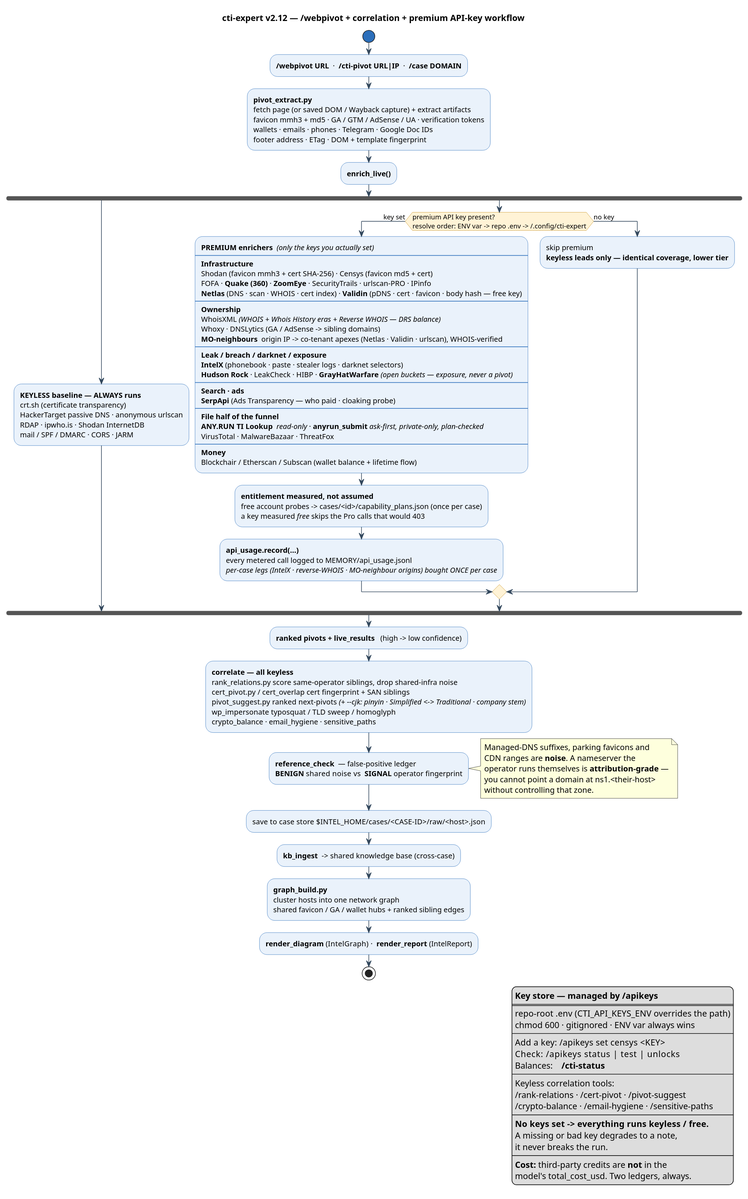
The PlantUML diagram assets/workflow-apikeys.svg in 7onez/cti-expert, before a commit.
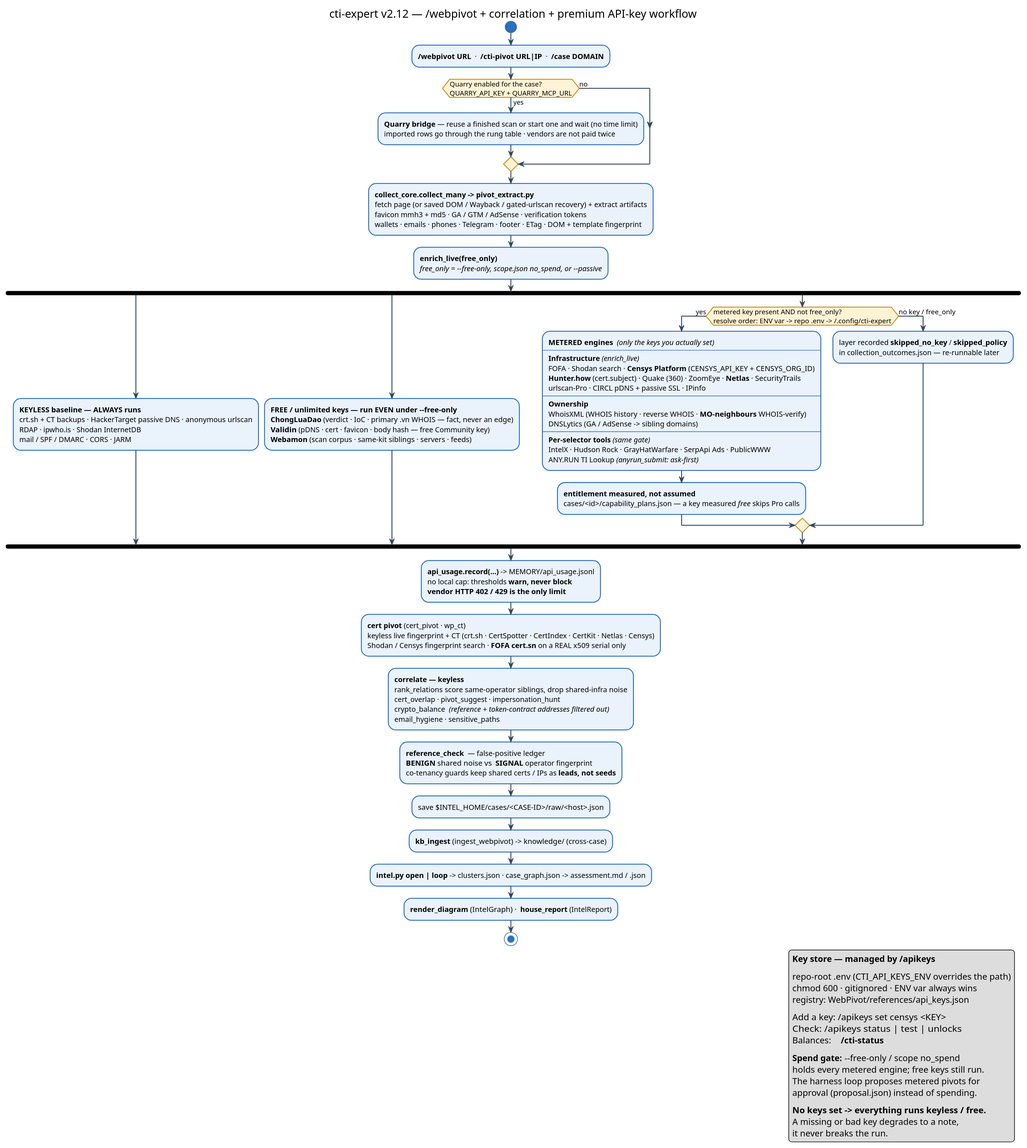
After the change.

Commit message:
docs(readme): sync all README languages with the current repo; drop Demo and docs/

Change to the diagram source:
```diff
@@ -15,67 +15,55 @@
 
 start
 :**/webpivot URL**  ·  **/cti-pivot URL|IP**  ·  **/case DOMAIN**;
-:**pivot_extract.py**\nfetch page (or saved DOM / Wayback capture) + extract artifacts\nfavicon mmh3 + md5 · GA / GTM / AdSense / UA · verification tokens\nwallets · emails · phones · Telegram · Google Doc IDs\nfooter address · ETag · DOM + template fingerprint;
-:**enrich_live()**;
+if (Quarry enabled for the case?\nQUARRY_API_KEY + QUARRY_MCP_URL) then (yes)
+  :**Quarry bridge** — reuse a finished scan or start one and wait (no time limit)\nimported rows go through the rung table · vendors are not paid twice;
+else (no)
+endif
+:**collect_core.collect_many -> pivot_extract.py**\nfetch page (or saved DOM / Wayback / gated-urlscan recovery) + extract artifacts\nfavicon mmh3 + md5 · GA / GTM / AdSense · verification tokens\nwallets · emails · phones · Telegram · footer · ETag · DOM + template fingerprint;
+:**enrich_live(free_only)**\n//free_only = ~--free-only, scope.json no_spend, or ~--passive//;
 
 fork
-  :**KEYLESS baseline — ALWAYS runs**\ncrt.sh (certificate transparency)\nHackerTarget passive DNS · anonymous urlscan\nRDAP · ipwho.is · Shodan InternetDB\nmail / SPF / DMARC · CORS · JARM;
+  :**KEYLESS baseline — ALWAYS runs**\ncrt.sh + CT backups · HackerTarget passive DNS · anonymous urlscan\nRDAP · ipwho.is · Shodan InternetDB\nmail / SPF / DMARC · CORS · JARM;
 fork again
-  if (premium API key present?\nresolve order: ENV var -> repo .env -> ~/.config/cti-expert) then (key set)
-    :**PREMIUM enrichers**  //(only the keys you actually set)//
+  :**FREE / unlimited keys — run EVEN under ~--free-only**\n**ChongLuaDao** (verdict · IoC · primary .vn WHOIS — fact, never an edge)\n**Validin** (pDNS · cert · favicon · body hash — free Community key)\n**Webamon** (scan corpus · same-kit siblings · servers · feeds);
+fork again
+  if (metered key present AND not free_only?\nresolve order: ENV var -> repo .env -> ~/.config/cti-expert) then (yes)
+    :**METERED engines**  //(only the keys you actually set)//
     ----
-    **Infrastructure**
-    Shodan (favicon mmh3 + cert SHA-256) · Censys (favicon md5 + cert)
-    FOFA · **Quake (360)** · **ZoomEye** · SecurityTrails · urlscan-PRO · IPinfo
-    **Netlas** (DNS · scan · WHOIS · cert index) · **Validin** (pDNS · cert · favicon · body hash — free key)
+    **Infrastructure** //(enrich_live)//
+    FOFA · Shodan search · **Censys Platform** (CENSYS_API_KEY + CENSYS_ORG_ID)
+    **Hunter.how** (cert.subject) · Quake (360) · ZoomEye · **Netlas** · SecurityTrails
+    urlscan-Pro · CIRCL pDNS + passive SSL · IPinfo
     ----
     **Ownership**
-    WhoisXML //(WHOIS + Whois History eras + Reverse WHOIS — DRS balance)//
-    Whoxy · DNSLytics (GA / AdSense -> sibling domains)
-    **MO-neighbours**  origin IP -> co-tenant apexes (Netlas · Validin · urlscan), WHOIS-verified
+    WhoisXML (WHOIS history · reverse WHOIS · **MO-neighbours** WHOIS-verify)
+    DNSLytics (GA / AdSense -> sibling domains)
     ----
-    **Leak / breach / darknet / exposure**
-    **IntelX** (phonebook · paste · stealer logs · darknet selectors)
-    **Hudson Rock** · LeakCheck · HIBP · **GrayHatWarfare** //(open buckets — exposure, never a pivot)//
-    ----
-    **Search · ads**
-    **SerpApi** (Ads Transparency — who paid · cloaking probe)
-    ----
-    **File half of the funnel**
-    **ANY.RUN TI Lookup**  //read-only// · **anyrun_submit** //ask-first, private-only, plan-checked//
-    VirusTotal · MalwareBazaar · ThreatFox
-    ----
-    **Money**
-    Blockchair / Etherscan / Subscan (wallet balance + lifetime flow);
-    :**entitlement measured, not assumed**\nfree account probes -> cases/<id>/capability_plans.json (once per case)\na key measured //free// skips the Pro calls that would 403;
-    :**api_usage.record(...)**\nevery metered call logged to MEMORY/api_usage.jsonl\n//per-case legs (IntelX · reverse-WHOIS · MO-neighbour origins) bought ONCE per case//;
-  else (no key)
-    :skip premium\n**keyless leads only — identical coverage, lower tier**;
+    **Per-selector tools** //(same gate)//
+    IntelX · Hudson Rock · GrayHatWarfare · SerpApi Ads · PublicWWW
+    ANY.RUN TI Lookup //(anyrun_submit: ask-first)//;
+    :**entitlement measured, not assumed**\ncases/<id>/capability_plans.json — a key measured //free// skips Pro calls;
+  else (no key / free_only)
+    :layer recorded **skipped_no_key** / **skipped_policy**\nin collection_outcomes.json — re-runnable later;
   endif
 end fork
 
-:**ranked pivots + live_results**   (high -> low confidence);
+:**api_usage.record(...)** -> MEMORY/api_usage.jsonl\nno local cap: thresholds **warn, never block**\n**vendor HTTP 402 / 429 is the only limit**;
 
-:**correlate — all keyless**
-rank_relations.py  score same-operator siblings, drop shared-infra noise
-cert_pivot.py / cert_overlap  cert fingerprint + SAN siblings
-pivot_suggest.py  ranked next-pivots //(+ ~--cjk: pinyin · Simplified <-> Traditional · company stem)//
-wp_impersonate  typosquat / TLD sweep / homoglyph
-crypto_balance · email_hygiene · sensitive_paths;
+:**cert pivot** (cert_pivot · wp_ct)\nkeyless live fingerprint + CT (crt.sh · CertSpotter · CertIndex · CertKit · Netlas · Censys)\nShodan / Censys fingerprint search · **FOFA cert.sn** on a REAL x509 serial only;
 
-:**reference_check**  — false-positive ledger\n**BENIGN** shared noise  vs  **SIGNAL** operator fingerprint;
-note right
-  Managed-DNS suffixes, parking favicons and
-  CDN ranges are **noise**. A nameserver the
-  operator runs themselves is **attribution-grade** —
-  you cannot point a domain at ns1.<their-host>
-  without controlling that zone.
-end note
+:**correlate — keyless**
+rank_relations  score same-operator siblings, drop shared-infra noise
+cert_overlap · pivot_suggest · impersonation_hunt
+crypto_balance  //(reference + token-contract addresses filtered out)//
+email_hygiene · sensitive_paths;
 
-:save to case store   $INTEL_HOME/cases/<CASE-ID>/raw/<host>.json;
-:**kb_ingest**  ->  shared knowledge base (cross-case);
-:**graph_build.py**\ncluster hosts into one network graph\nshared favicon / GA / wallet hubs + ranked sibling edges;
-:**render_diagram** (IntelGraph)  ·  **render_report** (IntelReport);
+:**reference_check**  — false-positive ledger\n**BENIGN** shared noise  vs  **SIGNAL** operator fingerprint\nco-tenancy guards keep shared certs / IPs as **leads, not seeds**;
+
+:save  $INTEL_HOME/cases/<CASE-ID>/raw/<host>.json;
+:**kb_ingest** (ingest_webpivot)  ->  knowledge/ (cross-case);
+:**intel.py open | loop** -> clusters.json · case_graph.json -> assessment.md / .json;
+:**render_diagram** (IntelGraph)  ·  **house_report** (IntelReport);
 stop
 
 legend right
@@ -83,20 +71,19 @@
   ====
   repo-root .env  (CTI_API_KEYS_ENV overrides the path)
   chmod 600 · gitignored · ENV var always wins
+  registry: WebPivot/references/api_keys.json
   ----
   Add a key:   /apikeys set censys <KEY>
   Check:       /apikeys status | test | unlocks
   Balances:    **/cti-status**
   ----
-  Keyless correlation tools:
-  /rank-relations · /cert-pivot · /pivot-suggest
-  /crypto-balance · /email-hygiene · /sensitive-paths
+  **Spend gate:** ~--free-only / scope no_spend
+  holds every metered engine; free keys still run.
+  The harness loop proposes metered pivots for
+  approval (proposal.json) instead of spending.
   ----
   **No keys set  ->  everything runs keyless / free.**
   A missing or bad key degrades to a note,
   it never breaks the run.
-  ----
-  **Cost:** third-party credits are **not** in the
-  model's total_cost_usd. Two ledgers, always.
 endlegend
 @enduml
```
